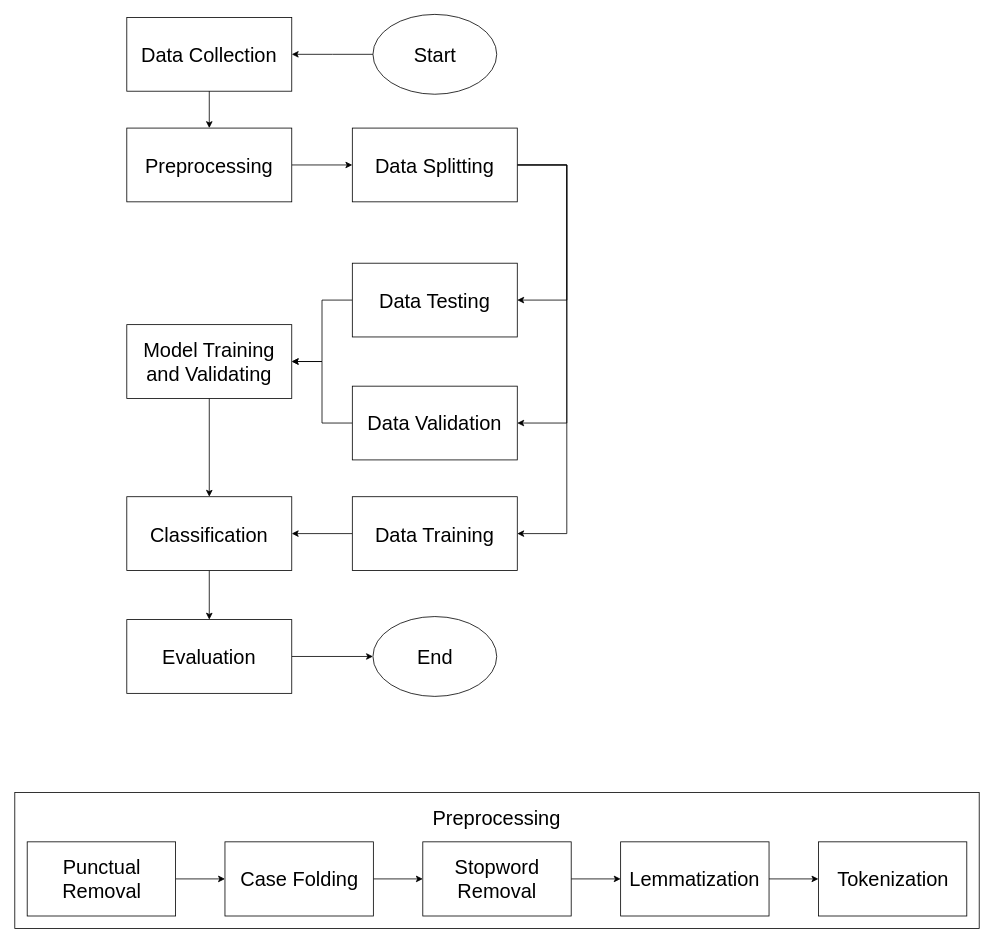
Before: Diagram Blok Proses.drawio in erlanggadewa/Sentiment-Analysis-Review-Steam, a draw.io diagram. Source tidied: cells renumbered, new cells numbered last; positions are measured from the earlier drawing's top-left corner, leaving out a move shared by most shapes. Both pictures are drawn from the tidied source at 80%, with x=0, y=0 at pixel (14, 14).
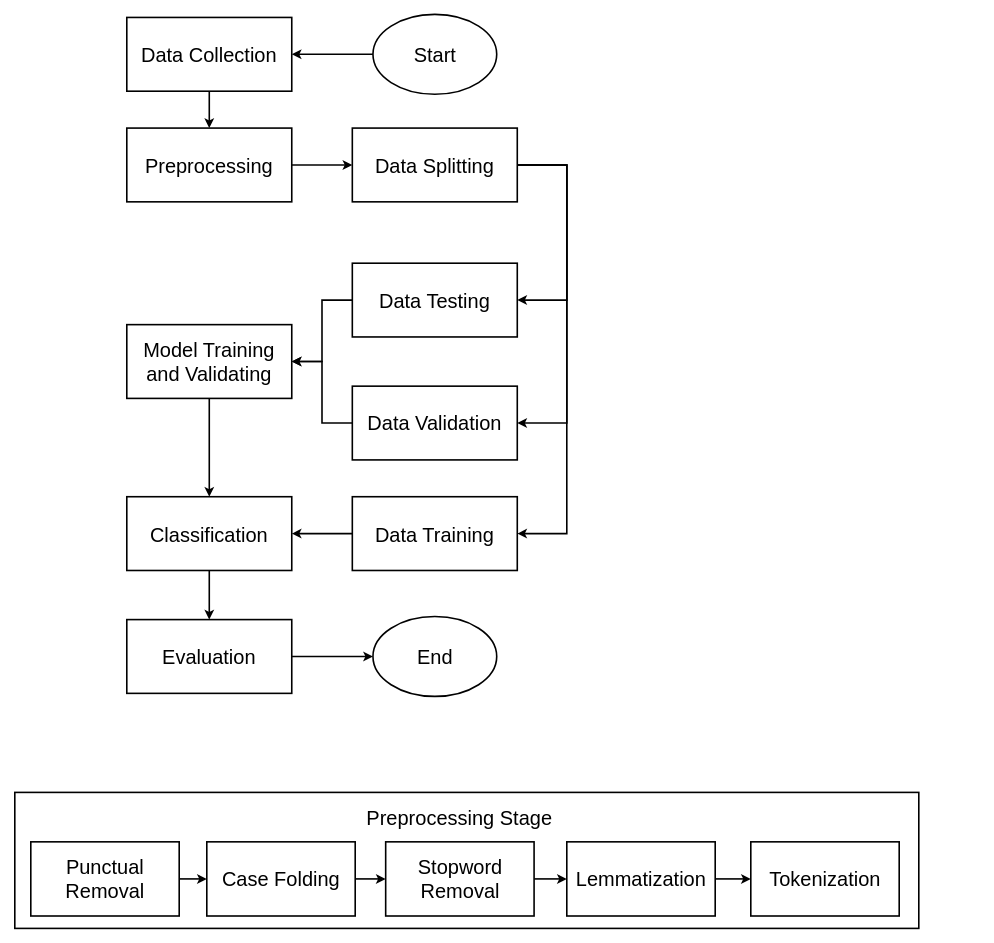
Above is the later version.

Commit message (it also covers changes not shown here):
update preprocessing and Diagram Blok Proses images

Change to the diagram source:
```diff
@@
-    <mxCell id="2" style="group;fontSize=25;" parent="1" vertex="1">
+    <mxCell id="2" style="group;fontSize=25;strokeWidth=2;" parent="1" vertex="1">
       <mxGeometry x="140" y="-0.5" width="550" height="852.5" as="geometry" />
     </mxCell>
-    <mxCell id="3" style="edgeStyle=orthogonalEdgeStyle;rounded=0;jettySize=auto;html=1;entryX=1;entryY=0.5;entryDx=0;entryDy=0;fontSize=25;" parent="2" edge="1" source="4" target="10">
+    <mxCell id="3" style="edgeStyle=orthogonalEdgeStyle;rounded=0;jettySize=auto;html=1;entryX=1;entryY=0.5;entryDx=0;entryDy=0;fontSize=25;strokeWidth=2;" parent="2" edge="1" source="4" target="10">
       <mxGeometry relative="1" as="geometry" />
     </mxCell>
-    <mxCell id="4" value="Start" style="ellipse;whiteSpace=wrap;html=1;fontSize=25;" parent="2" vertex="1">
+    <mxCell id="4" value="Start" style="ellipse;whiteSpace=wrap;html=1;fontSize=25;strokeWidth=2;" parent="2" vertex="1">
       <mxGeometry x="307.7" width="154.7" height="99.8" as="geometry" />
     </mxCell>
-    <mxCell id="5" style="edgeStyle=orthogonalEdgeStyle;rounded=0;jettySize=auto;html=1;entryX=0.5;entryY=0;entryDx=0;entryDy=0;fontSize=25;" parent="2" edge="1" source="6" target="19">
+    <mxCell id="5" style="edgeStyle=orthogonalEdgeStyle;rounded=0;jettySize=auto;html=1;entryX=0.5;entryY=0;entryDx=0;entryDy=0;fontSize=25;strokeWidth=2;" parent="2" edge="1" source="6" target="19">
       <mxGeometry relative="1" as="geometry" />
     </mxCell>
-    <mxCell id="6" value="Classification" style="rounded=0;whiteSpace=wrap;html=1;fontSize=25;" parent="2" vertex="1">
+    <mxCell id="6" value="Classification" style="rounded=0;whiteSpace=wrap;html=1;fontSize=25;strokeWidth=2;" parent="2" vertex="1">
       <mxGeometry y="602.9" width="206.2" height="92.2" as="geometry" />
     </mxCell>
-    <mxCell id="7" style="edgeStyle=orthogonalEdgeStyle;rounded=0;jettySize=auto;html=1;entryX=0.5;entryY=0;entryDx=0;entryDy=0;fontSize=25;" parent="2" edge="1" source="8" target="6">
+    <mxCell id="7" style="edgeStyle=orthogonalEdgeStyle;rounded=0;jettySize=auto;html=1;entryX=0.5;entryY=0;entryDx=0;entryDy=0;fontSize=25;strokeWidth=2;" parent="2" edge="1" source="8" target="6">
       <mxGeometry relative="1" as="geometry" />
     </mxCell>
-    <mxCell id="8" value="Model Training and Validating" style="rounded=0;whiteSpace=wrap;html=1;fontSize=25;" parent="2" vertex="1">
+    <mxCell id="8" value="Model Training and Validating" style="rounded=0;whiteSpace=wrap;html=1;fontSize=25;strokeWidth=2;" parent="2" vertex="1">
       <mxGeometry y="387.8" width="206.2" height="92.2" as="geometry" />
     </mxCell>
-    <mxCell id="9" value="End" style="ellipse;whiteSpace=wrap;html=1;fontSize=25;" parent="2" vertex="1">
+    <mxCell id="9" value="End" style="ellipse;whiteSpace=wrap;html=1;fontSize=25;strokeWidth=2;" parent="2" vertex="1">
       <mxGeometry x="307.7" y="752.7" width="154.7" height="99.8" as="geometry" />
     </mxCell>
-    <mxCell id="10" value="Data Collection" style="rounded=0;whiteSpace=wrap;html=1;fontSize=25;" parent="2" vertex="1">
+    <mxCell id="10" value="Data Collection" style="rounded=0;whiteSpace=wrap;html=1;fontSize=25;strokeWidth=2;" parent="2" vertex="1">
       <mxGeometry y="3.8" width="206.2" height="92.2" as="geometry" />
     </mxCell>
-    <mxCell id="11" style="edgeStyle=orthogonalEdgeStyle;rounded=0;jettySize=auto;html=1;entryX=0.5;entryY=0;entryDx=0;entryDy=0;fontSize=25;exitX=0.5;exitY=1;exitDx=0;exitDy=0;" parent="2" edge="1" source="10" target="17">
+    <mxCell id="11" style="edgeStyle=orthogonalEdgeStyle;rounded=0;jettySize=auto;html=1;entryX=0.5;entryY=0;entryDx=0;entryDy=0;fontSize=25;exitX=0.5;exitY=1;exitDx=0;exitDy=0;strokeWidth=2;" parent="2" edge="1" source="10" target="17">
       <mxGeometry relative="1" as="geometry" />
     </mxCell>
-    <mxCell id="12" style="edgeStyle=orthogonalEdgeStyle;rounded=0;jettySize=auto;html=1;entryX=1;entryY=0.5;entryDx=0;entryDy=0;fontSize=25;exitX=1;exitY=0.5;exitDx=0;exitDy=0;" parent="2" edge="1" source="15" target="23">
+    <mxCell id="12" style="edgeStyle=orthogonalEdgeStyle;rounded=0;jettySize=auto;html=1;entryX=1;entryY=0.5;entryDx=0;entryDy=0;fontSize=25;exitX=1;exitY=0.5;exitDx=0;exitDy=0;strokeWidth=2;" parent="2" edge="1" source="15" target="23">
       <mxGeometry relative="1" as="geometry">
         <Array as="points">
           <mxPoint x="550" y="188.2" />
           <mxPoint x="550" y="357.1" />
         </Array>
       </mxGeometry>
     </mxCell>
-    <mxCell id="13" style="edgeStyle=orthogonalEdgeStyle;rounded=0;jettySize=auto;html=1;entryX=1;entryY=0.5;entryDx=0;entryDy=0;fontSize=25;exitX=1;exitY=0.5;exitDx=0;exitDy=0;" parent="2" edge="1" source="15" target="21">
+    <mxCell id="13" style="edgeStyle=orthogonalEdgeStyle;rounded=0;jettySize=auto;html=1;entryX=1;entryY=0.5;entryDx=0;entryDy=0;fontSize=25;exitX=1;exitY=0.5;exitDx=0;exitDy=0;strokeWidth=2;" parent="2" edge="1" source="15" target="21">
       <mxGeometry relative="1" as="geometry">
         <Array as="points">
           <mxPoint x="550" y="188.2" />
           <mxPoint x="550" y="510.7" />
         </Array>
       </mxGeometry>
     </mxCell>
-    <mxCell id="14" style="edgeStyle=orthogonalEdgeStyle;rounded=0;jettySize=auto;html=1;entryX=1;entryY=0.5;entryDx=0;entryDy=0;fontSize=25;" parent="2" edge="1" source="15" target="25">
+    <mxCell id="14" style="edgeStyle=orthogonalEdgeStyle;rounded=0;jettySize=auto;html=1;entryX=1;entryY=0.5;entryDx=0;entryDy=0;fontSize=25;strokeWidth=2;" parent="2" edge="1" source="15" target="25">
       <mxGeometry relative="1" as="geometry">
         <Array as="points">
           <mxPoint x="550" y="188.2" />
           <mxPoint x="550" y="649" />
         </Array>
       </mxGeometry>
     </mxCell>
-    <mxCell id="15" value="Data Splitting" style="rounded=0;whiteSpace=wrap;html=1;fontSize=25;" parent="2" vertex="1">
+    <mxCell id="15" value="Data Splitting" style="rounded=0;whiteSpace=wrap;html=1;fontSize=25;strokeWidth=2;" parent="2" vertex="1">
       <mxGeometry x="281.9" y="142.1" width="206.2" height="92.2" as="geometry" />
     </mxCell>
-    <mxCell id="16" style="edgeStyle=orthogonalEdgeStyle;rounded=0;jettySize=auto;html=1;entryX=0;entryY=0.5;entryDx=0;entryDy=0;fontSize=25;" parent="2" edge="1" source="17" target="15">
+    <mxCell id="16" style="edgeStyle=orthogonalEdgeStyle;rounded=0;jettySize=auto;html=1;entryX=0;entryY=0.5;entryDx=0;entryDy=0;fontSize=25;strokeWidth=2;" parent="2" edge="1" source="17" target="15">
       <mxGeometry relative="1" as="geometry" />
     </mxCell>
-    <mxCell id="17" value="Preprocessing" style="rounded=0;whiteSpace=wrap;html=1;fontSize=25;" parent="2" vertex="1">
+    <mxCell id="17" value="Preprocessing" style="rounded=0;whiteSpace=wrap;html=1;fontSize=25;strokeWidth=2;" parent="2" vertex="1">
       <mxGeometry y="142.1" width="206.2" height="92.2" as="geometry" />
     </mxCell>
-    <mxCell id="18" style="edgeStyle=orthogonalEdgeStyle;rounded=0;jettySize=auto;html=1;entryX=0;entryY=0.5;entryDx=0;entryDy=0;fontSize=25;" parent="2" edge="1" source="19" target="9">
+    <mxCell id="18" style="edgeStyle=orthogonalEdgeStyle;rounded=0;jettySize=auto;html=1;entryX=0;entryY=0.5;entryDx=0;entryDy=0;fontSize=25;strokeWidth=2;" parent="2" edge="1" source="19" target="9">
       <mxGeometry relative="1" as="geometry" />
     </mxCell>
-    <mxCell id="19" value="Evaluation" style="rounded=0;whiteSpace=wrap;html=1;fontSize=25;" parent="2" vertex="1">
+    <mxCell id="19" value="Evaluation" style="rounded=0;whiteSpace=wrap;html=1;fontSize=25;strokeWidth=2;" parent="2" vertex="1">
       <mxGeometry y="756.5" width="206.2" height="92.2" as="geometry" />
     </mxCell>
-    <mxCell id="20" style="edgeStyle=orthogonalEdgeStyle;rounded=0;jettySize=auto;html=1;entryX=1;entryY=0.5;entryDx=0;entryDy=0;fontSize=25;" parent="2" edge="1" source="21" target="8">
+    <mxCell id="20" style="edgeStyle=orthogonalEdgeStyle;rounded=0;jettySize=auto;html=1;entryX=1;entryY=0.5;entryDx=0;entryDy=0;fontSize=25;strokeWidth=2;" parent="2" edge="1" source="21" target="8">
       <mxGeometry relative="1" as="geometry" />
     </mxCell>
-    <mxCell id="21" value="Data Validation" style="rounded=0;whiteSpace=wrap;html=1;fontSize=25;" parent="2" vertex="1">
+    <mxCell id="21" value="Data Validation" style="rounded=0;whiteSpace=wrap;html=1;fontSize=25;strokeWidth=2;" parent="2" vertex="1">
       <mxGeometry x="281.9" y="464.7" width="206.2" height="92.2" as="geometry" />
     </mxCell>
-    <mxCell id="22" style="edgeStyle=orthogonalEdgeStyle;rounded=0;jettySize=auto;html=1;entryX=1;entryY=0.5;entryDx=0;entryDy=0;fontSize=25;" parent="2" edge="1" source="23" target="8">
+    <mxCell id="22" style="edgeStyle=orthogonalEdgeStyle;rounded=0;jettySize=auto;html=1;entryX=1;entryY=0.5;entryDx=0;entryDy=0;fontSize=25;strokeWidth=2;" parent="2" edge="1" source="23" target="8">
       <mxGeometry relative="1" as="geometry" />
     </mxCell>
-    <mxCell id="23" value="Data Testing" style="rounded=0;whiteSpace=wrap;html=1;fontSize=25;" parent="2" vertex="1">
+    <mxCell id="23" value="Data Testing" style="rounded=0;whiteSpace=wrap;html=1;fontSize=25;strokeWidth=2;" parent="2" vertex="1">
       <mxGeometry x="281.9" y="311" width="206.2" height="92.2" as="geometry" />
     </mxCell>
-    <mxCell id="24" style="edgeStyle=orthogonalEdgeStyle;rounded=0;jettySize=auto;html=1;entryX=1;entryY=0.5;entryDx=0;entryDy=0;fontSize=25;" parent="2" edge="1" source="25" target="6">
+    <mxCell id="24" style="edgeStyle=orthogonalEdgeStyle;rounded=0;jettySize=auto;html=1;entryX=1;entryY=0.5;entryDx=0;entryDy=0;fontSize=25;strokeWidth=2;" parent="2" edge="1" source="25" target="6">
       <mxGeometry relative="1" as="geometry" />
     </mxCell>
-    <mxCell id="25" value="Data Training" style="rounded=0;whiteSpace=wrap;html=1;fontSize=25;" parent="2" vertex="1">
+    <mxCell id="25" value="Data Training" style="rounded=0;whiteSpace=wrap;html=1;fontSize=25;strokeWidth=2;" parent="2" vertex="1">
       <mxGeometry x="281.9" y="602.9" width="206.2" height="92.2" as="geometry" />
     </mxCell>
-    <mxCell id="26" style="group;fontSize=25;" parent="1" vertex="1">
-      <mxGeometry y="972" width="1205.5" height="170" as="geometry" />
-    </mxCell>
-    <mxCell id="27" style="rounded=0;whiteSpace=wrap;html=1;fontSize=25;" parent="26" vertex="1">
-      <mxGeometry width="1205.5" height="170" as="geometry" />
+    <mxCell id="27" style="rounded=0;whiteSpace=wrap;html=1;fontSize=25;strokeWidth=2;" parent="1" vertex="1">
+      <mxGeometry y="972" width="1130" height="170" as="geometry" />
     </mxCell>
-    <mxCell id="28" style="edgeStyle=none;html=1;entryX=0;entryY=0.5;entryDx=0;entryDy=0;fontSize=25;" parent="26" edge="1" source="29" target="31">
+    <mxCell id="28" style="edgeStyle=none;html=1;entryX=0;entryY=0.5;entryDx=0;entryDy=0;fontSize=25;strokeWidth=2;" parent="1" edge="1" source="29" target="31">
       <mxGeometry relative="1" as="geometry" />
     </mxCell>
-    <mxCell id="29" value="Punctual Removal" style="rounded=0;whiteSpace=wrap;html=1;fontSize=25;" parent="26" vertex="1">
-      <mxGeometry x="15.5" y="61.8" width="185.5" height="92.7" as="geometry" />
+    <mxCell id="29" value="Punctual Removal" style="rounded=0;whiteSpace=wrap;html=1;fontSize=25;strokeWidth=2;" parent="1" vertex="1">
+      <mxGeometry x="20" y="1033.8" width="185.5" height="92.7" as="geometry" />
     </mxCell>
-    <mxCell id="30" style="edgeStyle=none;html=1;entryX=0;entryY=0.5;entryDx=0;entryDy=0;fontSize=25;" parent="26" edge="1" source="31" target="33">
+    <mxCell id="30" style="edgeStyle=none;html=1;entryX=0;entryY=0.5;entryDx=0;entryDy=0;fontSize=25;strokeWidth=2;" parent="1" edge="1" source="31" target="33">
       <mxGeometry relative="1" as="geometry" />
     </mxCell>
-    <mxCell id="31" value="&lt;span style=&quot;color: rgb(0, 0, 0);&quot;&gt;Case Folding&lt;/span&gt;" style="rounded=0;whiteSpace=wrap;html=1;fontSize=25;" parent="26" vertex="1">
-      <mxGeometry x="262.7" y="61.8" width="185.5" height="92.7" as="geometry" />
+    <mxCell id="31" value="&lt;span style=&quot;color: rgb(0, 0, 0);&quot;&gt;Case Folding&lt;/span&gt;" style="rounded=0;whiteSpace=wrap;html=1;fontSize=25;strokeWidth=2;" parent="1" vertex="1">
+      <mxGeometry x="240" y="1033.8" width="185.5" height="92.7" as="geometry" />
     </mxCell>
-    <mxCell id="32" style="edgeStyle=none;html=1;entryX=0;entryY=0.5;entryDx=0;entryDy=0;fontSize=25;" parent="26" edge="1" source="33" target="35">
+    <mxCell id="32" style="edgeStyle=none;html=1;entryX=0;entryY=0.5;entryDx=0;entryDy=0;fontSize=25;strokeWidth=2;" parent="1" edge="1" source="33" target="35">
       <mxGeometry relative="1" as="geometry" />
     </mxCell>
-    <mxCell id="33" value="Stopword Removal" style="rounded=0;whiteSpace=wrap;html=1;fontSize=25;" parent="26" vertex="1">
-      <mxGeometry x="510" y="61.8" width="185.5" height="92.7" as="geometry" />
+    <mxCell id="33" value="Stopword Removal" style="rounded=0;whiteSpace=wrap;html=1;fontSize=25;strokeWidth=2;" parent="1" vertex="1">
+      <mxGeometry x="463.6" y="1033.8" width="185.5" height="92.7" as="geometry" />
     </mxCell>
-    <mxCell id="34" style="edgeStyle=none;html=1;entryX=0;entryY=0.5;entryDx=0;entryDy=0;fontSize=25;" parent="26" edge="1" source="35" target="36">
+    <mxCell id="34" style="edgeStyle=none;html=1;entryX=0;entryY=0.5;entryDx=0;entryDy=0;fontSize=25;strokeWidth=2;" parent="1" edge="1" source="35" target="36">
       <mxGeometry relative="1" as="geometry" />
     </mxCell>
-    <mxCell id="35" value="Lemmatization" style="rounded=0;whiteSpace=wrap;html=1;fontSize=25;" parent="26" vertex="1">
-      <mxGeometry x="757.3" y="61.8" width="185.5" height="92.7" as="geometry" />
+    <mxCell id="35" value="Lemmatization" style="rounded=0;whiteSpace=wrap;html=1;fontSize=25;strokeWidth=2;" parent="1" vertex="1">
+      <mxGeometry x="690" y="1033.8" width="185.5" height="92.7" as="geometry" />
     </mxCell>
-    <mxCell id="36" value="Tokenization" style="rounded=0;whiteSpace=wrap;html=1;fontSize=25;" parent="26" vertex="1">
-      <mxGeometry x="1004.5" y="61.8" width="185.5" height="92.7" as="geometry" />
+    <mxCell id="36" value="Tokenization" style="rounded=0;whiteSpace=wrap;html=1;fontSize=25;strokeWidth=2;" parent="1" vertex="1">
+      <mxGeometry x="920" y="1033.8" width="185.5" height="92.7" as="geometry" />
     </mxCell>
-    <mxCell id="37" value="Preprocessing" style="text;html=1;align=center;verticalAlign=middle;whiteSpace=wrap;rounded=0;fontSize=25;" parent="26" vertex="1">
-      <mxGeometry x="556.4" y="7.7" width="92.7" height="46.4" as="geometry" />
+    <mxCell id="37" value="Preprocessing Stage" style="text;html=1;align=center;verticalAlign=middle;whiteSpace=wrap;rounded=0;fontSize=25;strokeWidth=2;" parent="1" vertex="1">
+      <mxGeometry x="406.4" y="979.7" width="300" height="46.4" as="geometry" />
     </mxCell>
```
